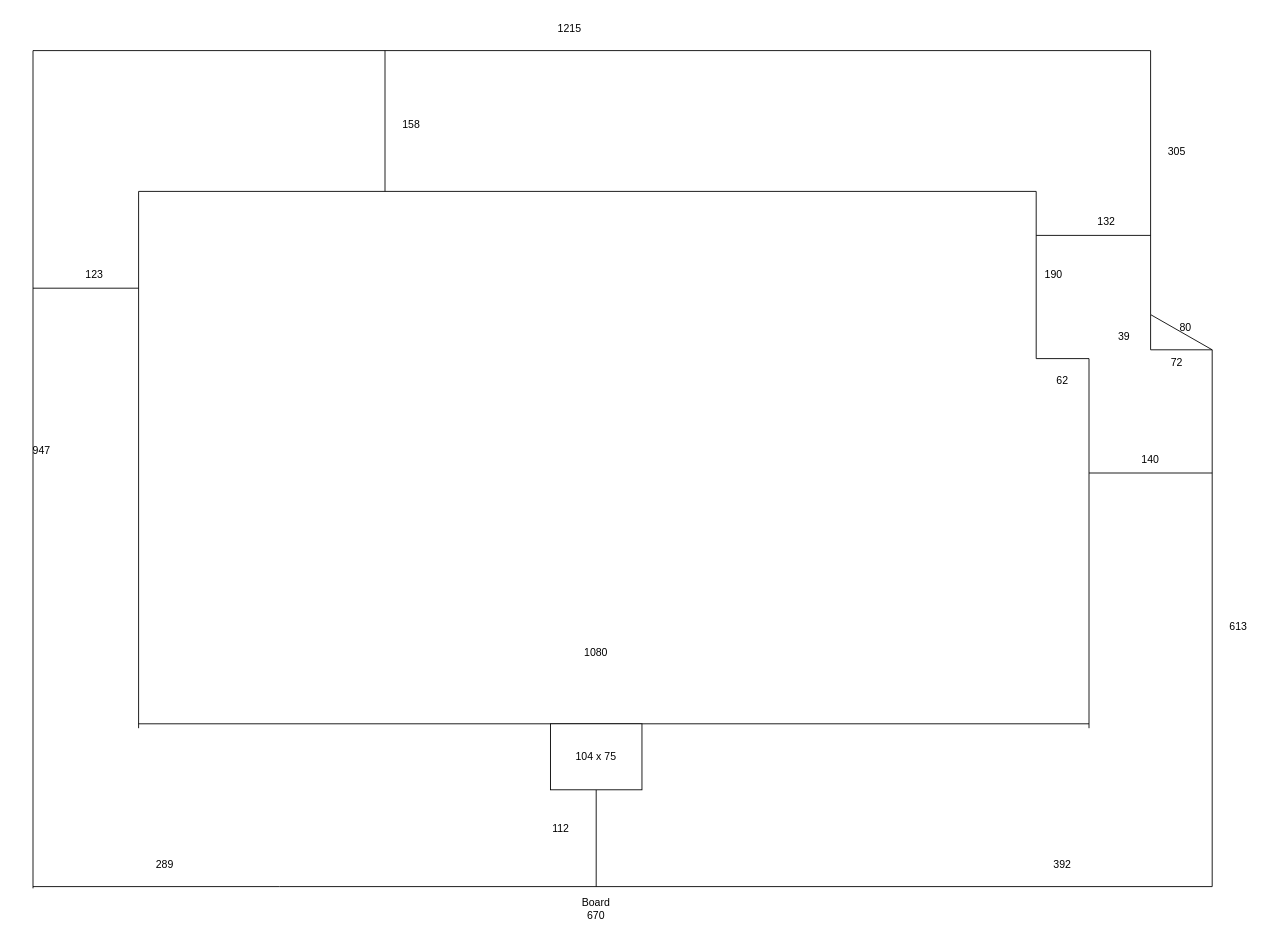
Before: Classroom_Metrics.drawio in critschris/COMP475_Metrics, a draw.io diagram. Source tidied: cells renumbered, new cells numbered last; positions are measured from the earlier drawing's top-left corner, leaving out a move shared by most shapes. Both pictures are drawn from the tidied source at 88%, with x=0, y=0 at pixel (15, 15).
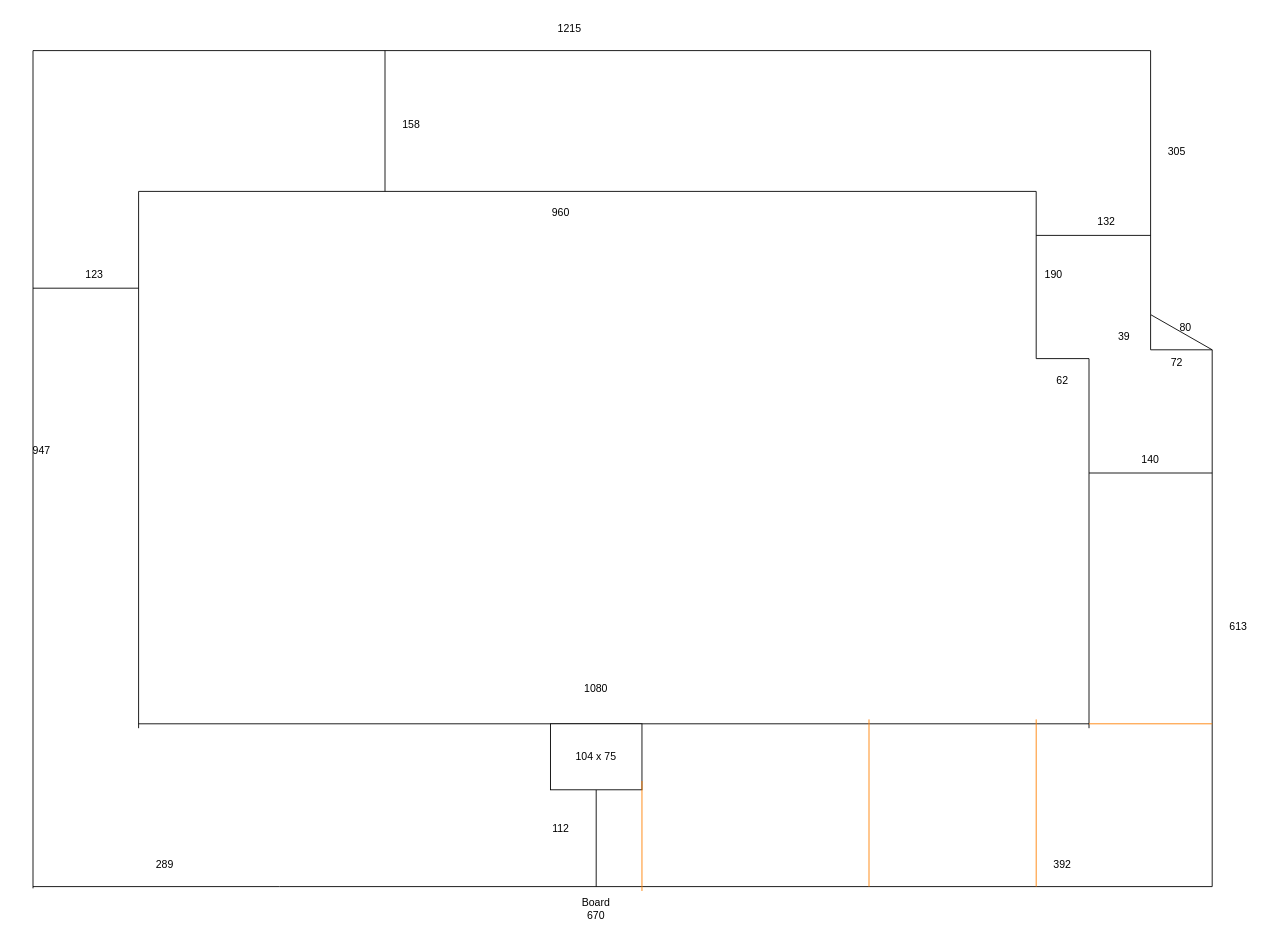
After the change.

Diff of the diagram source:
```diff
@@
     <mxCell id="35" value="1080" style="text;html=1;whiteSpace=wrap;strokeColor=none;fillColor=none;align=center;verticalAlign=middle;rounded=0;" parent="1" vertex="1">
-      <mxGeometry x="630" y="710" width="60" height="30" as="geometry" />
+      <mxGeometry x="630" y="750" width="60" height="30" as="geometry" />
     </mxCell>
@@
+    <mxCell id="43" style="endArrow=none;html=1;rounded=0;strokeColor=#FF8000;" parent="1" edge="1">
+      <mxGeometry relative="1" as="geometry">
+        <mxPoint x="1160" y="990" as="sourcePoint" />
+        <mxPoint x="1160" y="800" as="targetPoint" />
+      </mxGeometry>
+    </mxCell>
+    <mxCell id="44" style="endArrow=none;html=1;rounded=0;strokeColor=#FF8000;" parent="1" edge="1">
+      <mxGeometry relative="1" as="geometry">
+        <mxPoint x="970" y="990" as="sourcePoint" />
+        <mxPoint x="970" y="800" as="targetPoint" />
+      </mxGeometry>
+    </mxCell>
+    <mxCell id="45" style="endArrow=none;html=1;rounded=0;strokeColor=#FF8000;" parent="1" edge="1">
+      <mxGeometry relative="1" as="geometry">
+        <mxPoint x="712" y="995" as="sourcePoint" />
+        <mxPoint x="712" y="870" as="targetPoint" />
+      </mxGeometry>
+    </mxCell>
+    <mxCell id="46" style="endArrow=none;html=1;rounded=0;strokeColor=#FF8000;" parent="1" edge="1">
+      <mxGeometry relative="1" as="geometry">
+        <mxPoint x="1220" y="805" as="sourcePoint" />
+        <mxPoint x="1360" y="805" as="targetPoint" />
+      </mxGeometry>
+    </mxCell>
+    <mxCell id="47" value="960" style="text;html=1;whiteSpace=wrap;strokeColor=none;fillColor=none;align=center;verticalAlign=middle;rounded=0;" parent="1" vertex="1">
+      <mxGeometry x="590" y="210" width="60" height="30" as="geometry" />
+    </mxCell>
```
